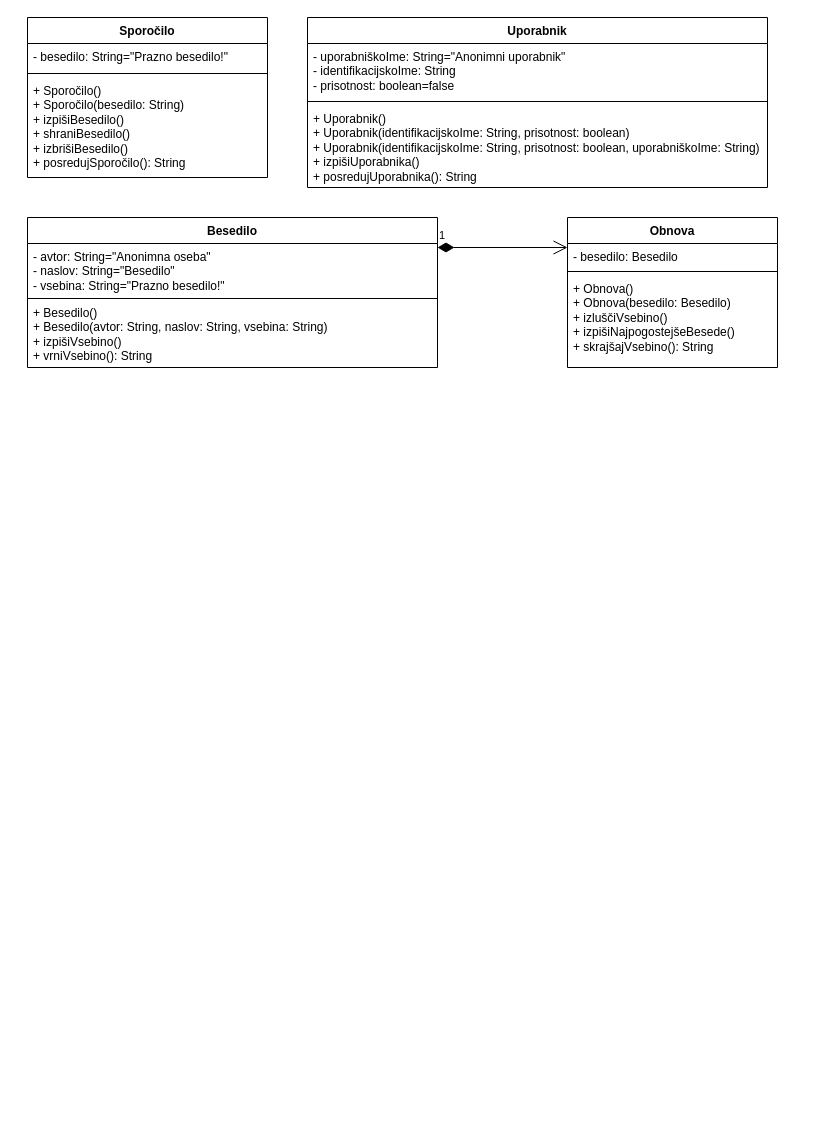
AnzeStanonik/UML keeps this draw.io diagram as Untitled Diagram.drawio. Above is the earlier version. Source tidied: cells renumbered, new cells numbered last; positions are measured from the earlier drawing's top-left corner, leaving out a move shared by most shapes. Both pictures are drawn from the tidied source at 100%, with x=0, y=0 at pixel (27, 17).
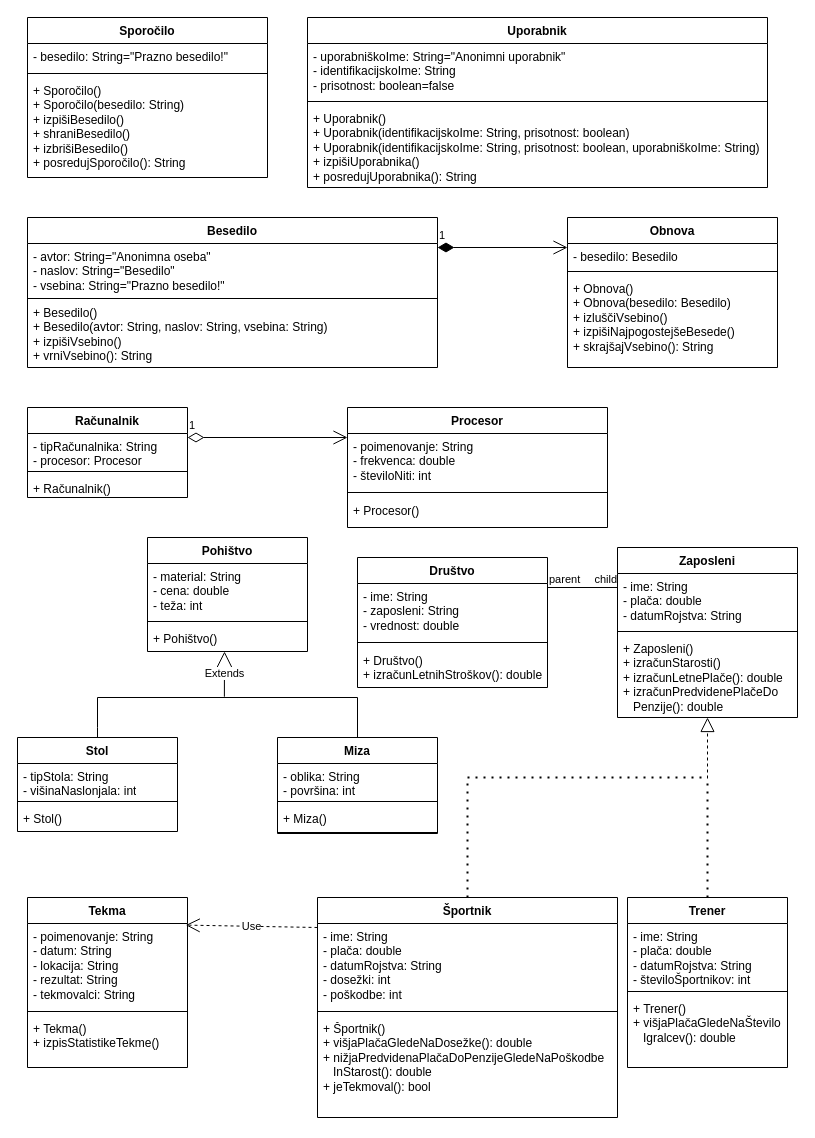
The same diagram, later.

The edit, as a diff of the source:
```diff
@@
+    <mxCell id="19" value="Računalnik" style="swimlane;fontStyle=1;align=center;verticalAlign=top;horizontal=1;startSize=26;whiteSpace=wrap;html=1;" parent="1" vertex="1">
+      <mxGeometry y="390" width="160" height="90" as="geometry" />
+    </mxCell>
+    <mxCell id="20" value="- tipRačunalnika: String&lt;br&gt;- procesor: Procesor" style="text;strokeColor=none;fillColor=none;align=left;verticalAlign=top;spacingLeft=4;spacingRight=4;overflow=hidden;whiteSpace=wrap;html=1;" parent="19" vertex="1">
+      <mxGeometry y="26" width="160" height="34" as="geometry" />
+    </mxCell>
+    <mxCell id="21" style="line;strokeWidth=1;fillColor=none;align=left;verticalAlign=middle;spacingTop=-1;spacingLeft=3;spacingRight=3;labelPosition=right;strokeColor=inherit;" parent="19" vertex="1">
+      <mxGeometry y="60" width="160" height="8" as="geometry" />
+    </mxCell>
+    <mxCell id="22" value="+ Računalnik()" style="text;strokeColor=none;fillColor=none;align=left;verticalAlign=top;spacingLeft=4;spacingRight=4;overflow=hidden;whiteSpace=wrap;html=1;" parent="19" vertex="1">
+      <mxGeometry y="68" width="160" height="22" as="geometry" />
+    </mxCell>
+    <mxCell id="23" value="Procesor" style="swimlane;fontStyle=1;align=center;verticalAlign=top;horizontal=1;startSize=26;whiteSpace=wrap;html=1;" parent="1" vertex="1">
+      <mxGeometry x="320" y="390" width="260" height="120" as="geometry" />
+    </mxCell>
+    <mxCell id="24" value="- poimenovanje: String&lt;br&gt;- frekvenca: double&lt;br&gt;- številoNiti: int" style="text;strokeColor=none;fillColor=none;align=left;verticalAlign=top;spacingLeft=4;spacingRight=4;overflow=hidden;whiteSpace=wrap;html=1;" parent="23" vertex="1">
+      <mxGeometry y="26" width="260" height="54" as="geometry" />
+    </mxCell>
+    <mxCell id="25" style="line;strokeWidth=1;fillColor=none;align=left;verticalAlign=middle;spacingTop=-1;spacingLeft=3;spacingRight=3;labelPosition=right;strokeColor=inherit;" parent="23" vertex="1">
+      <mxGeometry y="80" width="260" height="10" as="geometry" />
+    </mxCell>
+    <mxCell id="26" value="+ Procesor()" style="text;strokeColor=none;fillColor=none;align=left;verticalAlign=top;spacingLeft=4;spacingRight=4;overflow=hidden;whiteSpace=wrap;html=1;" parent="23" vertex="1">
+      <mxGeometry y="90" width="260" height="30" as="geometry" />
+    </mxCell>
+    <mxCell id="27" value="1" style="endArrow=open;html=1;endSize=12;startArrow=diamondThin;startSize=14;startFill=0;edgeStyle=orthogonalEdgeStyle;align=left;verticalAlign=bottom;rounded=0;" parent="1" edge="1">
+      <mxGeometry x="-1" y="3" relative="1" as="geometry">
+        <mxPoint x="160" y="420" as="sourcePoint" />
+        <mxPoint x="320" y="420" as="targetPoint" />
+      </mxGeometry>
+    </mxCell>
+    <mxCell id="28" value="Stol" style="swimlane;fontStyle=1;align=center;verticalAlign=top;horizontal=1;startSize=26;whiteSpace=wrap;html=1;" parent="1" vertex="1">
+      <mxGeometry x="-10" y="720" width="160" height="94" as="geometry" />
+    </mxCell>
+    <mxCell id="29" value="- tipStola: String&lt;br style=&quot;border-color: var(--border-color);&quot;&gt;- višinaNaslonjala: int" style="text;strokeColor=none;fillColor=none;align=left;verticalAlign=top;spacingLeft=4;spacingRight=4;overflow=hidden;whiteSpace=wrap;html=1;" parent="28" vertex="1">
+      <mxGeometry y="26" width="160" height="34" as="geometry" />
+    </mxCell>
+    <mxCell id="30" style="line;strokeWidth=1;fillColor=none;align=left;verticalAlign=middle;spacingTop=-1;spacingLeft=3;spacingRight=3;labelPosition=right;strokeColor=inherit;" parent="28" vertex="1">
+      <mxGeometry y="60" width="160" height="8" as="geometry" />
+    </mxCell>
+    <mxCell id="31" value="+ Stol()" style="text;strokeColor=none;fillColor=none;align=left;verticalAlign=top;spacingLeft=4;spacingRight=4;overflow=hidden;whiteSpace=wrap;html=1;" parent="28" vertex="1">
+      <mxGeometry y="68" width="160" height="26" as="geometry" />
+    </mxCell>
+    <mxCell id="32" value="Miza" style="swimlane;fontStyle=1;align=center;verticalAlign=top;horizontal=1;startSize=26;whiteSpace=wrap;html=1;" parent="1" vertex="1">
+      <mxGeometry x="250" y="720" width="160" height="96" as="geometry" />
+    </mxCell>
+    <mxCell id="33" value="- oblika: String&lt;br&gt;- površina: int" style="text;strokeColor=none;fillColor=none;align=left;verticalAlign=top;spacingLeft=4;spacingRight=4;overflow=hidden;whiteSpace=wrap;html=1;" parent="32" vertex="1">
+      <mxGeometry y="26" width="160" height="34" as="geometry" />
+    </mxCell>
+    <mxCell id="34" style="line;strokeWidth=1;fillColor=none;align=left;verticalAlign=middle;spacingTop=-1;spacingLeft=3;spacingRight=3;labelPosition=right;strokeColor=inherit;" parent="32" vertex="1">
+      <mxGeometry y="60" width="160" height="8" as="geometry" />
+    </mxCell>
+    <mxCell id="35" value="+ Miza()" style="text;strokeColor=none;fillColor=none;align=left;verticalAlign=top;spacingLeft=4;spacingRight=4;overflow=hidden;whiteSpace=wrap;html=1;" parent="32" vertex="1">
+      <mxGeometry y="68" width="160" height="26" as="geometry" />
+    </mxCell>
+    <mxCell id="36" style="line;strokeWidth=1;fillColor=none;align=left;verticalAlign=middle;spacingTop=-1;spacingLeft=3;spacingRight=3;labelPosition=right;strokeColor=inherit;" parent="32" vertex="1">
+      <mxGeometry y="94" width="160" height="2" as="geometry" />
+    </mxCell>
+    <mxCell id="37" value="Pohištvo" style="swimlane;fontStyle=1;align=center;verticalAlign=top;horizontal=1;startSize=26;whiteSpace=wrap;html=1;" parent="1" vertex="1">
+      <mxGeometry x="120" y="520" width="160" height="114" as="geometry" />
+    </mxCell>
+    <mxCell id="38" value="- material: String&lt;br&gt;- cena: double&lt;br&gt;- teža: int" style="text;strokeColor=none;fillColor=none;align=left;verticalAlign=top;spacingLeft=4;spacingRight=4;overflow=hidden;whiteSpace=wrap;html=1;" parent="37" vertex="1">
+      <mxGeometry y="26" width="160" height="54" as="geometry" />
+    </mxCell>
+    <mxCell id="39" style="line;strokeWidth=1;fillColor=none;align=left;verticalAlign=middle;spacingTop=-1;spacingLeft=3;spacingRight=3;labelPosition=right;strokeColor=inherit;" parent="37" vertex="1">
+      <mxGeometry y="80" width="160" height="8" as="geometry" />
+    </mxCell>
+    <mxCell id="40" value="+ Pohištvo()" style="text;strokeColor=none;fillColor=none;align=left;verticalAlign=top;spacingLeft=4;spacingRight=4;overflow=hidden;whiteSpace=wrap;html=1;" parent="37" vertex="1">
+      <mxGeometry y="88" width="160" height="26" as="geometry" />
+    </mxCell>
+    <mxCell id="41" value="Extends" style="endArrow=block;endSize=16;endFill=0;html=1;rounded=0;exitX=0.488;exitY=0.48;exitDx=0;exitDy=0;exitPerimeter=0;" parent="1" edge="1" source="42">
+      <mxGeometry relative="1" as="geometry">
+        <mxPoint x="197" y="634" as="targetPoint" />
+      </mxGeometry>
+    </mxCell>
+    <mxCell id="42" style="line;strokeWidth=1;fillColor=none;align=left;verticalAlign=middle;spacingTop=-1;spacingLeft=3;spacingRight=3;labelPosition=right;points=[];portConstraint=eastwest;strokeColor=inherit;" parent="1" vertex="1">
+      <mxGeometry x="70" y="660" width="260" height="40" as="geometry" />
+    </mxCell>
+    <mxCell id="43" value="Tekma" style="swimlane;fontStyle=1;align=center;verticalAlign=top;horizontal=1;startSize=26;whiteSpace=wrap;html=1;" parent="1" vertex="1">
+      <mxGeometry y="880" width="160" height="170" as="geometry" />
+    </mxCell>
+    <mxCell id="44" value="- poimenovanje: String&lt;br&gt;- datum: String&lt;br&gt;- lokacija: String&lt;br&gt;- rezultat: String&lt;br&gt;- tekmovalci: String" style="text;strokeColor=none;fillColor=none;align=left;verticalAlign=top;spacingLeft=4;spacingRight=4;overflow=hidden;points=[[0,0.5],[1,0.5]];portConstraint=eastwest;whiteSpace=wrap;html=1;" parent="43" vertex="1">
+      <mxGeometry y="26" width="160" height="84" as="geometry" />
+    </mxCell>
+    <mxCell id="45" style="line;strokeWidth=1;fillColor=none;align=left;verticalAlign=middle;spacingTop=-1;spacingLeft=3;spacingRight=3;labelPosition=right;strokeColor=inherit;" parent="43" vertex="1">
+      <mxGeometry y="110" width="160" height="8" as="geometry" />
+    </mxCell>
+    <mxCell id="46" value="+ Tekma()&lt;br&gt;+ izpisStatistikeTekme()" style="text;strokeColor=none;fillColor=none;align=left;verticalAlign=top;spacingLeft=4;spacingRight=4;overflow=hidden;whiteSpace=wrap;html=1;" parent="43" vertex="1">
+      <mxGeometry y="118" width="160" height="52" as="geometry" />
+    </mxCell>
+    <mxCell id="47" value="Trener" style="swimlane;fontStyle=1;align=center;verticalAlign=top;horizontal=1;startSize=26;whiteSpace=wrap;html=1;" parent="1" vertex="1">
+      <mxGeometry x="600" y="880" width="160" height="170" as="geometry" />
+    </mxCell>
+    <mxCell id="48" value="- ime: String&lt;br style=&quot;border-color: var(--border-color);&quot;&gt;- plača: double&lt;br style=&quot;border-color: var(--border-color);&quot;&gt;- datumRojstva: String&lt;br&gt;- številoŠportnikov: int" style="text;strokeColor=none;fillColor=none;align=left;verticalAlign=top;spacingLeft=4;spacingRight=4;overflow=hidden;whiteSpace=wrap;html=1;" parent="47" vertex="1">
+      <mxGeometry y="26" width="160" height="64" as="geometry" />
+    </mxCell>
+    <mxCell id="49" style="line;strokeWidth=1;fillColor=none;align=left;verticalAlign=middle;spacingTop=-1;spacingLeft=3;spacingRight=3;labelPosition=right;strokeColor=inherit;" parent="47" vertex="1">
+      <mxGeometry y="90" width="160" height="8" as="geometry" />
+    </mxCell>
+    <mxCell id="50" value="+ Trener()&lt;br&gt;+ višjaPlačaGledeNaŠtevilo&lt;br&gt;&amp;nbsp; &amp;nbsp;Igralcev(): double" style="text;strokeColor=none;fillColor=none;align=left;verticalAlign=top;spacingLeft=4;spacingRight=4;overflow=hidden;whiteSpace=wrap;html=1;" parent="47" vertex="1">
+      <mxGeometry y="98" width="160" height="72" as="geometry" />
+    </mxCell>
+    <mxCell id="51" value="Društvo" style="swimlane;fontStyle=1;align=center;verticalAlign=top;horizontal=1;startSize=26;whiteSpace=wrap;html=1;" parent="1" vertex="1">
+      <mxGeometry x="330" y="540" width="190" height="130" as="geometry" />
+    </mxCell>
+    <mxCell id="52" value="- ime: String&lt;br&gt;- zaposleni: String&lt;br&gt;- vrednost: double" style="text;strokeColor=none;fillColor=none;align=left;verticalAlign=top;spacingLeft=4;spacingRight=4;overflow=hidden;whiteSpace=wrap;html=1;" parent="51" vertex="1">
+      <mxGeometry y="26" width="190" height="54" as="geometry" />
+    </mxCell>
+    <mxCell id="53" style="line;strokeWidth=1;fillColor=none;align=left;verticalAlign=middle;spacingTop=-1;spacingLeft=3;spacingRight=3;labelPosition=right;strokeColor=inherit;" parent="51" vertex="1">
+      <mxGeometry y="80" width="190" height="10" as="geometry" />
+    </mxCell>
+    <mxCell id="54" value="+ Društvo()&lt;br&gt;+ izračunLetnihStroškov(): double" style="text;strokeColor=none;fillColor=none;align=left;verticalAlign=top;spacingLeft=4;spacingRight=4;overflow=hidden;whiteSpace=wrap;html=1;" parent="51" vertex="1">
+      <mxGeometry y="90" width="190" height="40" as="geometry" />
+    </mxCell>
+    <mxCell id="55" value="Športnik" style="swimlane;fontStyle=1;align=center;verticalAlign=top;horizontal=1;startSize=26;whiteSpace=wrap;html=1;" parent="1" vertex="1">
+      <mxGeometry x="290" y="880" width="300" height="220" as="geometry" />
+    </mxCell>
+    <mxCell id="56" value="- ime: String&lt;br style=&quot;border-color: var(--border-color);&quot;&gt;- plača: double&lt;br style=&quot;border-color: var(--border-color);&quot;&gt;- datumRojstva: String&lt;br&gt;- dosežki: int&lt;br&gt;- poškodbe: int" style="text;strokeColor=none;fillColor=none;align=left;verticalAlign=top;spacingLeft=4;spacingRight=4;overflow=hidden;whiteSpace=wrap;html=1;" parent="55" vertex="1">
+      <mxGeometry y="26" width="300" height="84" as="geometry" />
+    </mxCell>
+    <mxCell id="57" style="line;strokeWidth=1;fillColor=none;align=left;verticalAlign=middle;spacingTop=-1;spacingLeft=3;spacingRight=3;labelPosition=right;strokeColor=inherit;" parent="55" vertex="1">
+      <mxGeometry y="110" width="300" height="8" as="geometry" />
+    </mxCell>
+    <mxCell id="58" value="+ Športnik()&lt;br&gt;+ višjaPlačaGledeNaDosežke(): double&lt;br&gt;+ nižjaPredvidenaPlačaDoPenzijeGledeNaPoškodbe&lt;br&gt;&amp;nbsp; &amp;nbsp;InStarost(): double&lt;br&gt;+ jeTekmoval(): bool" style="text;strokeColor=none;fillColor=none;align=left;verticalAlign=top;spacingLeft=4;spacingRight=4;overflow=hidden;whiteSpace=wrap;html=1;" parent="55" vertex="1">
+      <mxGeometry y="118" width="300" height="102" as="geometry" />
+    </mxCell>
+    <mxCell id="59" value="Zaposleni" style="swimlane;fontStyle=1;align=center;verticalAlign=top;horizontal=1;startSize=26;whiteSpace=wrap;html=1;" parent="1" vertex="1">
+      <mxGeometry x="590" y="530" width="180" height="170" as="geometry" />
+    </mxCell>
+    <mxCell id="60" value="- ime: String&lt;br&gt;- plača: double&lt;br&gt;- datumRojstva: String" style="text;strokeColor=none;fillColor=none;align=left;verticalAlign=top;spacingLeft=4;spacingRight=4;overflow=hidden;whiteSpace=wrap;html=1;" parent="59" vertex="1">
+      <mxGeometry y="26" width="180" height="54" as="geometry" />
+    </mxCell>
+    <mxCell id="61" style="line;strokeWidth=1;fillColor=none;align=left;verticalAlign=middle;spacingTop=-1;spacingLeft=3;spacingRight=3;labelPosition=right;strokeColor=inherit;" parent="59" vertex="1">
+      <mxGeometry y="80" width="180" height="8" as="geometry" />
+    </mxCell>
+    <mxCell id="62" value="+ Zaposleni()&lt;br&gt;+ izračunStarosti()&lt;br&gt;+ izračunLetnePlače(): double&lt;br&gt;+ izračunPredvidenePlačeDo&lt;br&gt;&amp;nbsp; &amp;nbsp;Penzije(): double" style="text;strokeColor=none;fillColor=none;align=left;verticalAlign=top;spacingLeft=4;spacingRight=4;overflow=hidden;points=[[0,0.5],[1,0.5]];portConstraint=eastwest;whiteSpace=wrap;html=1;" parent="59" vertex="1">
+      <mxGeometry y="88" width="180" height="82" as="geometry" />
+    </mxCell>
+    <mxCell id="63" style="endArrow=block;dashed=1;endFill=0;endSize=12;html=1;rounded=0;" parent="1" edge="1" target="62">
+      <mxGeometry relative="1" as="geometry">
+        <mxPoint x="680" y="761" as="sourcePoint" />
+      </mxGeometry>
+    </mxCell>
+    <mxCell id="64" style="endArrow=none;dashed=1;html=1;dashPattern=1 3;strokeWidth=2;rounded=0;exitX=0.5;exitY=0;exitDx=0;exitDy=0;" parent="1" edge="1" source="55">
+      <mxGeometry relative="1" as="geometry">
+        <mxPoint x="680" y="760" as="targetPoint" />
+        <Array as="points">
+          <mxPoint x="440" y="760" />
+        </Array>
+      </mxGeometry>
+    </mxCell>
+    <mxCell id="65" style="endArrow=none;dashed=1;html=1;dashPattern=1 3;strokeWidth=2;rounded=0;exitX=0.5;exitY=0;exitDx=0;exitDy=0;" parent="1" edge="1" source="47">
+      <mxGeometry relative="1" as="geometry">
+        <mxPoint x="680" y="760" as="targetPoint" />
+      </mxGeometry>
+    </mxCell>
+    <mxCell id="66" style="endArrow=none;html=1;rounded=0;" parent="1" edge="1">
+      <mxGeometry relative="1" as="geometry">
+        <mxPoint x="70" y="720" as="sourcePoint" />
+        <mxPoint x="70" y="680" as="targetPoint" />
+        <Array as="points">
+          <mxPoint x="70" y="710" />
+        </Array>
+      </mxGeometry>
+    </mxCell>
+    <mxCell id="67" style="endArrow=none;html=1;rounded=0;exitX=0.5;exitY=0;exitDx=0;exitDy=0;" parent="1" edge="1" source="32">
+      <mxGeometry relative="1" as="geometry">
+        <mxPoint x="330" y="680" as="targetPoint" />
+      </mxGeometry>
+    </mxCell>
+    <mxCell id="68" value="Use" style="endArrow=open;endSize=12;dashed=1;html=1;rounded=0;entryX=0.989;entryY=0.019;entryDx=0;entryDy=0;entryPerimeter=0;" parent="1" edge="1" target="44">
+      <mxGeometry relative="1" as="geometry">
+        <mxPoint x="290" y="910" as="sourcePoint" />
+      </mxGeometry>
+    </mxCell>
+    <mxCell id="69" style="endArrow=none;html=1;edgeStyle=orthogonalEdgeStyle;rounded=0;" parent="1" edge="1">
+      <mxGeometry relative="1" as="geometry">
+        <mxPoint x="520" y="570" as="sourcePoint" />
+        <mxPoint x="590" y="570" as="targetPoint" />
+      </mxGeometry>
+    </mxCell>
+    <mxCell id="70" value="parent" style="edgeLabel;html=1;align=left;verticalAlign=bottom;" parent="69" vertex="1">
+      <mxGeometry x="-1" relative="1" as="geometry" />
+    </mxCell>
+    <mxCell id="71" value="child" style="edgeLabel;html=1;align=right;verticalAlign=bottom;" parent="69" vertex="1">
+      <mxGeometry x="1" relative="1" as="geometry" />
+    </mxCell>
```
